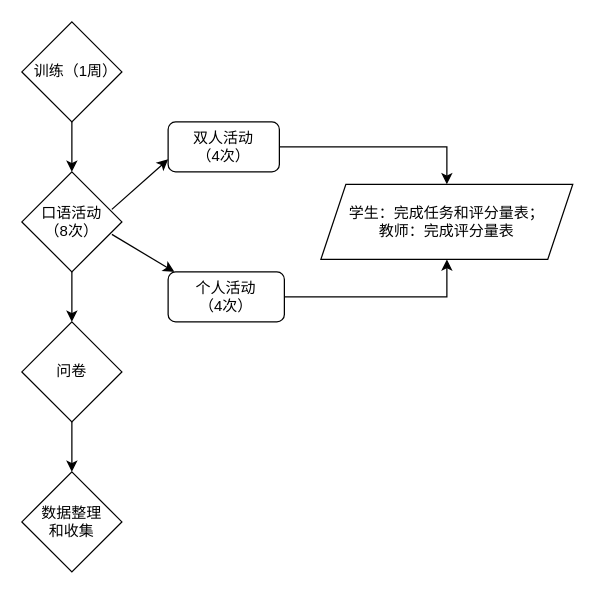
Above: page "Page-2" (2 of 2) of Untitled Diagram.drawio in chenguo222/python-random-quote (draw.io), before the change. Source tidied: cells renumbered, new cells numbered last; positions are measured from the earlier drawing's top-left corner, leaving out a move shared by most shapes. Both pictures are drawn from the tidied source at 125%, with x=0, y=0 at pixel (21, 21).
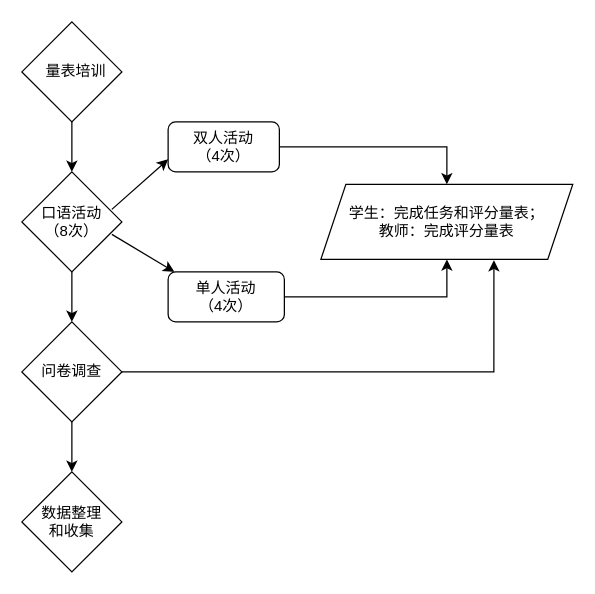
After the change.

What changed in the source:
```diff
@@
 <mxGraphModel>
   <root>
     <mxCell id="0" />
     <mxCell id="1" parent="0" />
     <mxCell id="2" style="edgeStyle=orthogonalEdgeStyle;rounded=0;jettySize=auto;html=1;" parent="1" edge="1" source="3" target="5">
       <mxGeometry relative="1" as="geometry" />
     </mxCell>
-    <mxCell id="3" value="&amp;nbsp; 训练（1周）" style="rhombus;whiteSpace=wrap;html=1;" parent="1" vertex="1">
+    <mxCell id="3" value="&amp;nbsp; 量表培训" style="rhombus;whiteSpace=wrap;html=1;" parent="1" vertex="1">
       <mxGeometry width="80" height="80" as="geometry" />
     </mxCell>
     <mxCell id="4" style="edgeStyle=orthogonalEdgeStyle;rounded=0;jettySize=auto;html=1;" parent="1" edge="1" source="5" target="7">
       <mxGeometry relative="1" as="geometry" />
     </mxCell>
     <mxCell id="5" value="口语活动&lt;br&gt;（8次）" style="rhombus;whiteSpace=wrap;html=1;" parent="1" vertex="1">
       <mxGeometry y="120" width="80" height="80" as="geometry" />
     </mxCell>
     <mxCell id="6" style="edgeStyle=orthogonalEdgeStyle;rounded=0;jettySize=auto;html=1;" parent="1" edge="1" source="7" target="8">
       <mxGeometry relative="1" as="geometry" />
     </mxCell>
+    <mxCell id="16" style="edgeStyle=orthogonalEdgeStyle;rounded=0;jettySize=auto;html=1;entryX=0.687;entryY=1.01;entryDx=0;entryDy=0;entryPerimeter=0;" parent="1" edge="1" source="7" target="15">
+      <mxGeometry relative="1" as="geometry" />
+    </mxCell>
-    <mxCell id="7" value="问卷" style="rhombus;whiteSpace=wrap;html=1;" parent="1" vertex="1">
+    <mxCell id="7" value="问卷调查" style="rhombus;whiteSpace=wrap;html=1;" parent="1" vertex="1">
       <mxGeometry y="240" width="80" height="80" as="geometry" />
     </mxCell>
     <mxCell id="8" value="数据整理&lt;br&gt;和收集" style="rhombus;whiteSpace=wrap;html=1;" parent="1" vertex="1">
       <mxGeometry y="360" width="80" height="80" as="geometry" />
     </mxCell>
     <mxCell id="9" style="edgeStyle=orthogonalEdgeStyle;rounded=0;jettySize=auto;html=1;" parent="1" edge="1" source="10" target="15">
       <mxGeometry relative="1" as="geometry" />
     </mxCell>
     <mxCell id="10" value="双人活动&lt;br&gt;（4次）" style="rounded=1;whiteSpace=wrap;html=1;" parent="1" vertex="1">
       <mxGeometry x="117" y="80" width="89" height="40" as="geometry" />
     </mxCell>
     <mxCell id="11" style="edgeStyle=orthogonalEdgeStyle;rounded=0;jettySize=auto;html=1;" parent="1" edge="1" source="12" target="15">
       <mxGeometry relative="1" as="geometry" />
     </mxCell>
-    <mxCell id="12" value="个人活动&lt;br&gt;（4次）" style="rounded=1;whiteSpace=wrap;html=1;" parent="1" vertex="1">
+    <mxCell id="12" value="单人活动&lt;br&gt;（4次）" style="rounded=1;whiteSpace=wrap;html=1;" parent="1" vertex="1">
       <mxGeometry x="117" y="200" width="93" height="40" as="geometry" />
     </mxCell>
     <mxCell id="13" style="endArrow=classic;html=1;entryX=0;entryY=0.75;entryDx=0;entryDy=0;" parent="1" edge="1" target="10">
       <mxGeometry relative="1" as="geometry">
         <mxPoint x="72" y="150" as="sourcePoint" />
       </mxGeometry>
     </mxCell>
     <mxCell id="14" style="endArrow=classic;html=1;" parent="1" edge="1">
       <mxGeometry relative="1" as="geometry">
         <mxPoint x="72" y="170" as="sourcePoint" />
         <mxPoint x="122" y="200" as="targetPoint" />
       </mxGeometry>
     </mxCell>
     <mxCell id="15" value="学生：完成任务和评分量表；&lt;br&gt;教师：完成评分量表" style="shape=parallelogram;perimeter=parallelogramPerimeter;whiteSpace=wrap;html=1;fixedSize=1;" parent="1" vertex="1">
       <mxGeometry x="239.2" y="130" width="201.5" height="60" as="geometry" />
     </mxCell>
   </root>
 </mxGraphModel>
```
